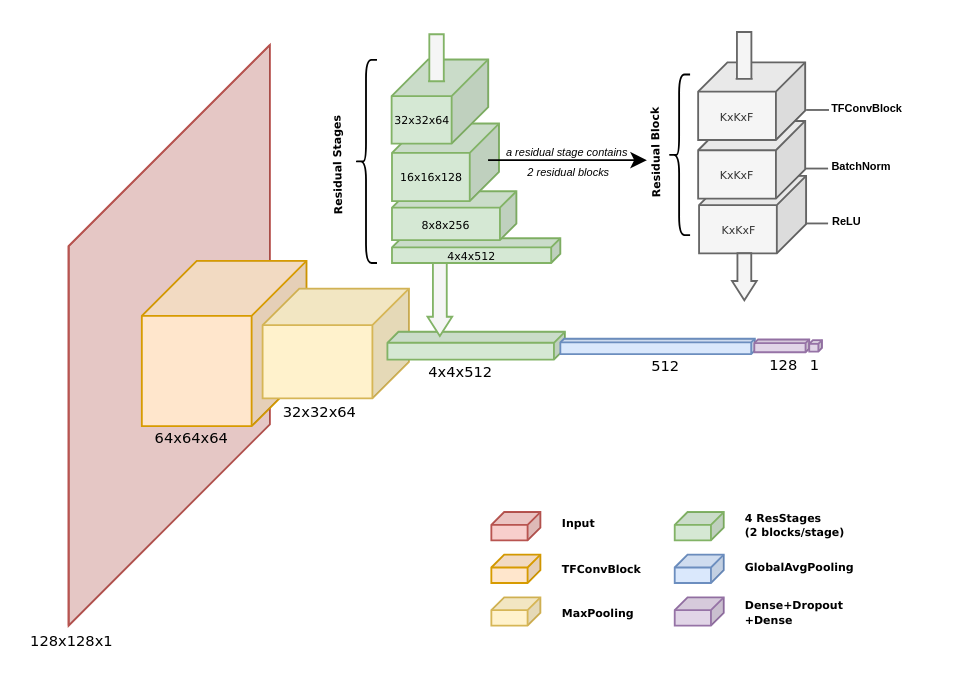
The draw.io diagram OverallArchitecture.drawio in minh071289/AI_system, before the edit. Source tidied: cells renumbered, new cells numbered last; positions are measured from the earlier drawing's top-left corner, leaving out a move shared by most shapes. Both pictures are drawn from the tidied source at 183%, with x=0, y=0 at pixel (33, 31).
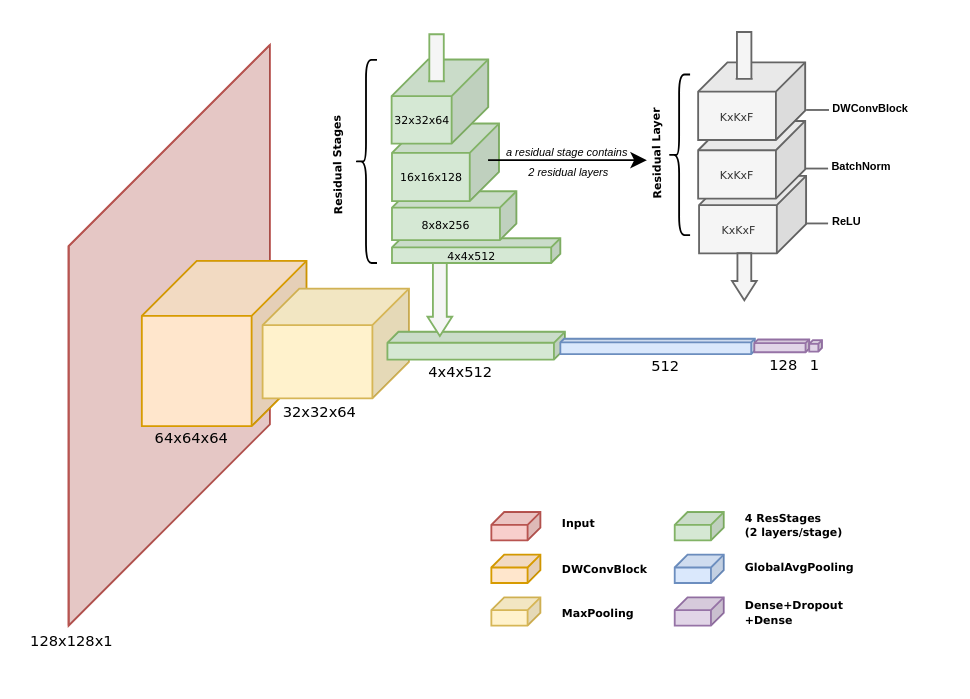
Above is the later version.

Unchanged cells that the change refers to:
```xml
<mxCell id="40" style="edgeStyle=orthogonalEdgeStyle;rounded=0;orthogonalLoop=1;jettySize=auto;html=1;exitX=0;exitY=0;exitDx=0;exitDy=13;exitPerimeter=0;" parent="1" edge="1">
  <mxGeometry relative="1" as="geometry">
    <mxPoint x="248.2" y="70" as="sourcePoint" />
    <mxPoint x="335" y="70" as="targetPoint" />
    <Array as="points">
      <mxPoint x="275.8" y="70.3" />
    </Array>
  </mxGeometry>
</mxCell>
<mxCell id="42" style="endArrow=none;html=1;rounded=0;align=right;labelPosition=left;verticalLabelPosition=middle;verticalAlign=middle;spacingRight=34;fillColor=#f5f5f5;strokeColor=#666666;" parent="1" edge="1">
  <mxGeometry relative="1" as="geometry">
    <mxPoint x="422" y="42.6" as="sourcePoint" />
    <mxPoint x="434.5" y="42.6" as="targetPoint" />
  </mxGeometry>
</mxCell>
```

Change to the diagram source:
```diff
@@
-    <mxCell id="21" value="TFConvBlock" style="text;html=1;strokeColor=none;fillColor=none;align=left;verticalAlign=middle;whiteSpace=wrap;rounded=0;fontStyle=1;fontSize=6;fontFamily=Verdana;" parent="1" vertex="1">
+    <mxCell id="21" value="DWConvBlock" style="text;html=1;strokeColor=none;fillColor=none;align=left;verticalAlign=middle;whiteSpace=wrap;rounded=0;fontStyle=1;fontSize=6;fontFamily=Verdana;" parent="1" vertex="1">
       <mxGeometry x="286.7" y="283.3" width="123.4" height="18.6" as="geometry" />
     </mxCell>
@@
-    <mxCell id="26" value="&lt;div&gt;&lt;font&gt;4 ResStages&lt;/font&gt;&lt;/div&gt;&lt;div&gt;&lt;font&gt;(2 blocks/stage)&lt;/font&gt;&lt;/div&gt;" style="text;html=1;strokeColor=none;fillColor=none;align=left;verticalAlign=middle;whiteSpace=wrap;rounded=0;fontStyle=1;fontSize=6;fontFamily=Verdana;" parent="1" vertex="1">
+    <mxCell id="26" value="&lt;div&gt;&lt;font&gt;4 ResStages&lt;/font&gt;&lt;/div&gt;&lt;div&gt;&lt;font&gt;(2 layers/stage)&lt;/font&gt;&lt;/div&gt;" style="text;html=1;strokeColor=none;fillColor=none;align=left;verticalAlign=middle;whiteSpace=wrap;rounded=0;fontStyle=1;fontSize=6;fontFamily=Verdana;" parent="1" vertex="1">
       <mxGeometry x="386.8" y="260" width="76.9" height="18.6" as="geometry" />
     </mxCell>
@@
-    <mxCell id="36" value="&lt;span style=&quot;font-style: normal;&quot;&gt;&lt;b&gt;Residual Block&lt;/b&gt;&lt;/span&gt;" style="text;html=1;align=center;verticalAlign=middle;strokeColor=none;fillColor=none;fontFamily=Verdana;fontSize=6;fontStyle=2;rotation=-91;" parent="1" vertex="1">
-      <mxGeometry x="306" y="57.6" width="67" height="19" as="geometry" />
+    <mxCell id="36" value="&lt;span style=&quot;font-style: normal;&quot;&gt;&lt;b&gt;Residual Layer&lt;/b&gt;&lt;/span&gt;" style="text;html=1;align=center;verticalAlign=middle;strokeColor=none;fillColor=none;fontFamily=Verdana;fontSize=6;fontStyle=2;rotation=-91;" parent="1" vertex="1">
+      <mxGeometry x="306" y="57.6" width="68" height="19" as="geometry" />
     </mxCell>
@@
-    <mxCell id="41" value="&lt;font style=&quot;font-size: 6px;&quot;&gt;a residual stage contains&amp;nbsp;&lt;/font&gt;&lt;div&gt;&lt;font style=&quot;font-size: 6px;&quot;&gt;2 residual blocks&lt;/font&gt;&lt;/div&gt;" style="edgeLabel;html=1;align=center;verticalAlign=middle;labelBackgroundColor=none;fontSize=9;fontStyle=2;" parent="40" vertex="1">
+    <mxCell id="41" value="&lt;font style=&quot;font-size: 6px;&quot;&gt;a residual stage contains&amp;nbsp;&lt;/font&gt;&lt;div&gt;&lt;font style=&quot;font-size: 6px;&quot;&gt;2 residual layers&lt;/font&gt;&lt;/div&gt;" style="edgeLabel;html=1;align=center;verticalAlign=middle;labelBackgroundColor=none;fontSize=9;fontStyle=2;" parent="40" vertex="1">
       <mxGeometry x="-0.42" y="1" relative="1" as="geometry">
         <mxPoint x="18" as="offset" />
       </mxGeometry>
     </mxCell>
@@
-    <mxCell id="43" value="&lt;span style=&quot;font-size: 6px;&quot;&gt;&lt;b&gt;TFConvBlock&lt;/b&gt;&lt;/span&gt;" style="edgeLabel;html=1;align=center;verticalAlign=middle;labelBackgroundColor=none;" parent="42" vertex="1">
+    <mxCell id="43" value="&lt;span style=&quot;font-size: 6px;&quot;&gt;&lt;b&gt;DWConvBlock&lt;/b&gt;&lt;/span&gt;" style="edgeLabel;html=1;align=center;verticalAlign=middle;labelBackgroundColor=none;" parent="42" vertex="1">
       <mxGeometry x="-0.23" y="-1" relative="1" as="geometry">
-        <mxPoint x="27" y="-4" as="offset" />
+        <mxPoint x="29" y="-4" as="offset" />
       </mxGeometry>
     </mxCell>
```
